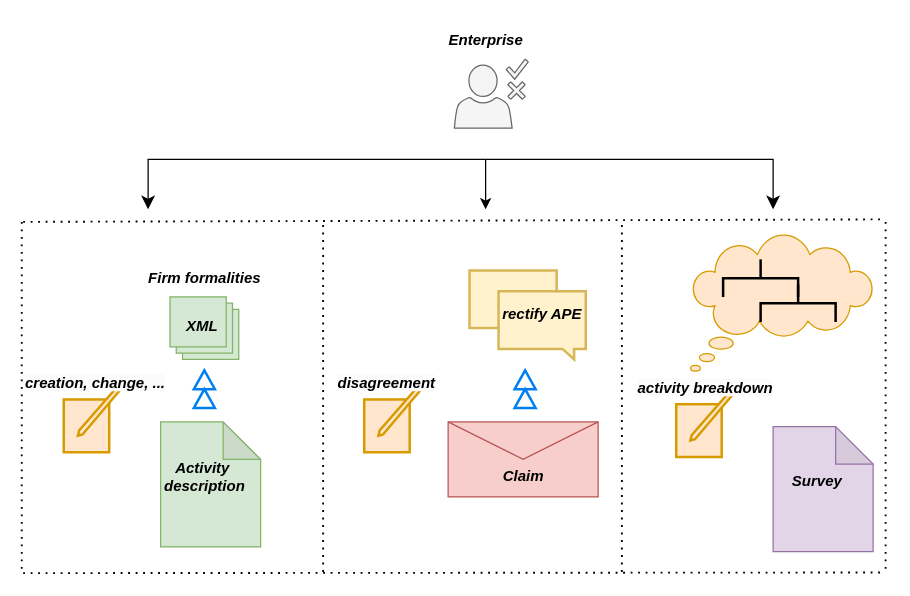
TheAIWizard/diagrams keeps this draw.io diagram as formality-claim-survey.drawio. Above is the earlier version. Source tidied: cells renumbered, new cells numbered last; positions are measured from the earlier drawing's top-left corner, leaving out a move shared by most shapes. Both pictures are drawn from the tidied source at 125%, with x=0, y=0 at pixel (21, 21).
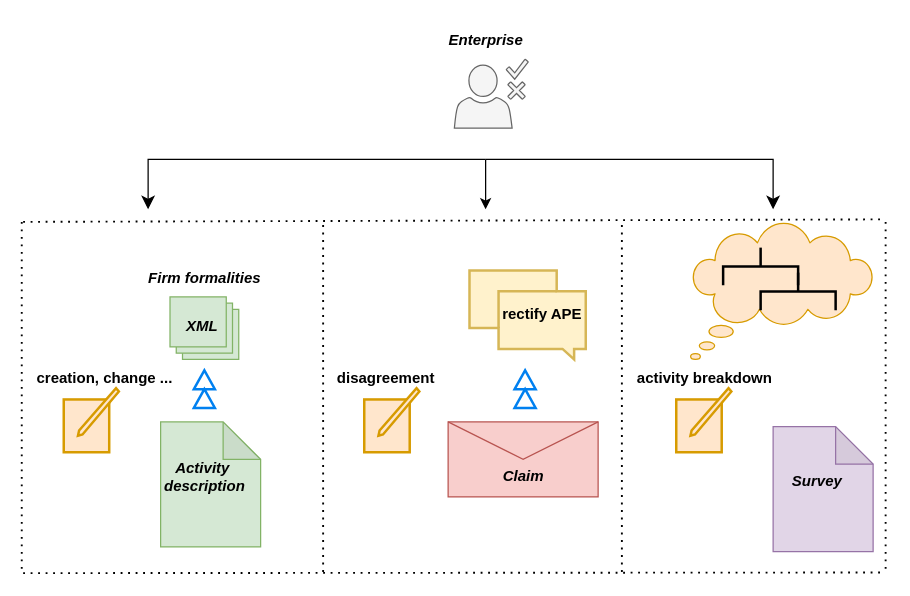
The same page after the edit.

Commit message (it also covers changes not shown here):
Mettre à jour formality-claim-survey.drawio

What changed in the source:
```diff
@@
-    <mxCell id="9" value="&lt;b style=&quot;forced-color-adjust: none; color: rgb(0, 0, 0); font-family: &amp;quot;Work sans&amp;quot;; font-size: 12px; font-style: normal; font-variant-ligatures: normal; font-variant-caps: normal; letter-spacing: normal; orphans: 2; text-align: center; text-indent: 0px; text-transform: none; widows: 2; word-spacing: 0px; -webkit-text-stroke-width: 0px; white-space: nowrap; background-color: rgb(251, 251, 251); text-decoration-thickness: initial; text-decoration-style: initial; text-decoration-color: initial;&quot;&gt;&lt;i style=&quot;forced-color-adjust: none;&quot;&gt;creation, change, ...&lt;/i&gt;&lt;/b&gt;" style="text;whiteSpace=wrap;html=1;fontFamily=Helvetica;fontSize=12;fontColor=default;" parent="1" vertex="1">
-      <mxGeometry x="1" y="275" width="90" height="37.5" as="geometry" />
-    </mxCell>
@@
-    <mxCell id="15" value="&lt;b style=&quot;forced-color-adjust: none; color: rgb(0, 0, 0); font-family: &amp;quot;Work sans&amp;quot;; font-size: 12px; font-style: normal; font-variant-ligatures: normal; font-variant-caps: normal; letter-spacing: normal; orphans: 2; text-align: center; text-indent: 0px; text-transform: none; widows: 2; word-spacing: 0px; -webkit-text-stroke-width: 0px; white-space: nowrap; background-color: rgb(251, 251, 251); text-decoration-thickness: initial; text-decoration-style: initial; text-decoration-color: initial;&quot;&gt;&lt;i style=&quot;forced-color-adjust: none;&quot;&gt;disagreement&lt;/i&gt;&lt;/b&gt;" style="text;whiteSpace=wrap;html=1;fontFamily=Helvetica;fontSize=12;fontColor=default;" parent="1" vertex="1">
-      <mxGeometry x="251" y="275" width="90" height="37.5" as="geometry" />
-    </mxCell>
@@
     <mxCell id="19" style="html=1;verticalLabelPosition=bottom;align=center;labelBackgroundColor=#ffffff;verticalAlign=top;strokeWidth=2;strokeColor=#d79b00;shadow=0;dashed=0;shape=mxgraph.ios7.icons.compose;fillColor=#ffe6cc;" parent="1" vertex="1">
-      <mxGeometry x="523.5" y="296.9" width="44.1" height="51.2" as="geometry" />
+      <mxGeometry x="523.5" y="293.1" width="44.1" height="51.2" as="geometry" />
     </mxCell>
-    <mxCell id="20" value="&lt;b style=&quot;forced-color-adjust: none; color: rgb(0, 0, 0); font-family: &amp;quot;Work sans&amp;quot;; font-size: 12px; font-style: normal; font-variant-ligatures: normal; font-variant-caps: normal; letter-spacing: normal; orphans: 2; text-align: center; text-indent: 0px; text-transform: none; widows: 2; word-spacing: 0px; -webkit-text-stroke-width: 0px; white-space: nowrap; background-color: rgb(251, 251, 251); text-decoration-thickness: initial; text-decoration-style: initial; text-decoration-color: initial;&quot;&gt;&lt;i style=&quot;forced-color-adjust: none;&quot;&gt;activity breakdown&lt;/i&gt;&lt;/b&gt;" style="text;whiteSpace=wrap;html=1;fontFamily=Helvetica;fontSize=12;fontColor=default;" parent="1" vertex="1">
-      <mxGeometry x="491" y="278.8" width="90" height="37.5" as="geometry" />
-    </mxCell>
@@
     <mxCell id="28" style="whiteSpace=wrap;html=1;shape=mxgraph.basic.cloud_callout;fillColor=#ffe6cc;strokeColor=#d79b00;" parent="1" vertex="1">
-      <mxGeometry x="535" y="170.6" width="146" height="108.8" as="geometry" />
+      <mxGeometry x="535" y="161.2" width="146" height="108.8" as="geometry" />
     </mxCell>
     <mxCell id="29" style="strokeWidth=2;html=1;shape=mxgraph.flowchart.annotation_2;align=left;labelPosition=right;direction=south;" parent="1" vertex="1">
-      <mxGeometry x="561" y="190" width="60" height="30" as="geometry" />
+      <mxGeometry x="561" y="180.6" width="60" height="30" as="geometry" />
     </mxCell>
     <mxCell id="30" style="strokeWidth=2;html=1;shape=mxgraph.flowchart.annotation_2;align=left;labelPosition=right;direction=south;" parent="1" vertex="1">
-      <mxGeometry x="591" y="210" width="60" height="30" as="geometry" />
+      <mxGeometry x="591" y="200.6" width="60" height="30" as="geometry" />
     </mxCell>
@@
-    <mxCell id="33" value="&lt;font face=&quot;Work sans&quot;&gt;&lt;b&gt;&lt;i&gt;rectify APE&lt;/i&gt;&lt;/b&gt;&lt;/font&gt;" style="text;html=1;align=center;verticalAlign=middle;strokeColor=none;fillColor=none;fontFamily=Helvetica;fontSize=12;fontColor=default;" parent="1" vertex="1">
+    <mxCell id="33" value="&lt;font face=&quot;Work sans&quot;&gt;&lt;b&gt;rectify APE&lt;/b&gt;&lt;/font&gt;" style="text;html=1;align=center;verticalAlign=middle;strokeColor=none;fillColor=none;fontFamily=Helvetica;fontSize=12;fontColor=default;" parent="1" vertex="1">
       <mxGeometry x="371" y="219.4" width="90" height="30" as="geometry" />
     </mxCell>
@@
+    <mxCell id="35" value="&lt;font face=&quot;Work sans&quot;&gt;&lt;b&gt;&lt;span&gt;creation, change ...&lt;/span&gt;&lt;/b&gt;&lt;/font&gt;" style="text;html=1;align=center;verticalAlign=middle;strokeColor=none;fillColor=none;fontStyle=0;" parent="1" vertex="1">
+      <mxGeometry x="1" y="270" width="130" height="30" as="geometry" />
+    </mxCell>
+    <mxCell id="15" value="&lt;font face=&quot;Work sans&quot;&gt;&lt;b&gt;&lt;span&gt;disagreement&lt;/span&gt;&lt;/b&gt;&lt;/font&gt;" style="text;html=1;align=center;verticalAlign=middle;strokeColor=none;fillColor=none;fontStyle=0;" parent="1" vertex="1">
+      <mxGeometry x="241" y="270" width="100" height="30" as="geometry" />
+    </mxCell>
+    <mxCell id="20" value="&lt;font face=&quot;Work sans&quot;&gt;&lt;b&gt;&lt;span&gt;activity breakdown&lt;/span&gt;&lt;/b&gt;&lt;/font&gt;" style="text;html=1;align=center;verticalAlign=middle;strokeColor=none;fillColor=none;fontStyle=0;" parent="1" vertex="1">
+      <mxGeometry x="475.6" y="270" width="140" height="30" as="geometry" />
+    </mxCell>
```
